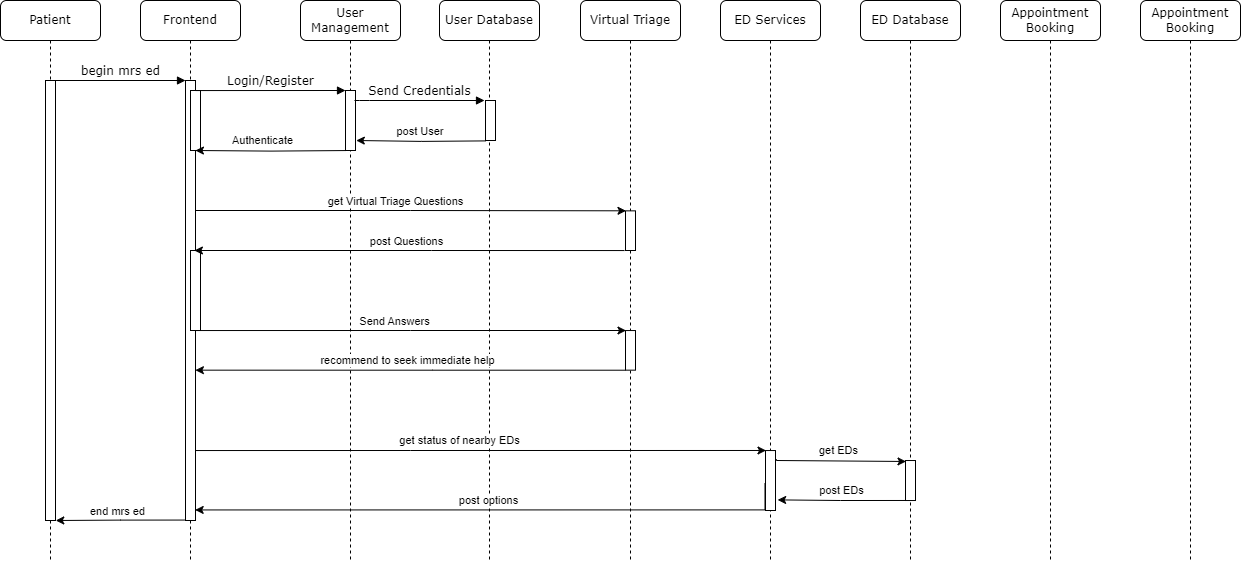
uvic-teach/project-m1-team6 keeps this draw.io diagram as diagrams/UC6_Sequence_Diagram.drawio.png. Above is the earlier version. Source tidied: cells renumbered, new cells last; positions are measured from the earlier drawing's top-left corner, leaving out a move shared by most shapes.
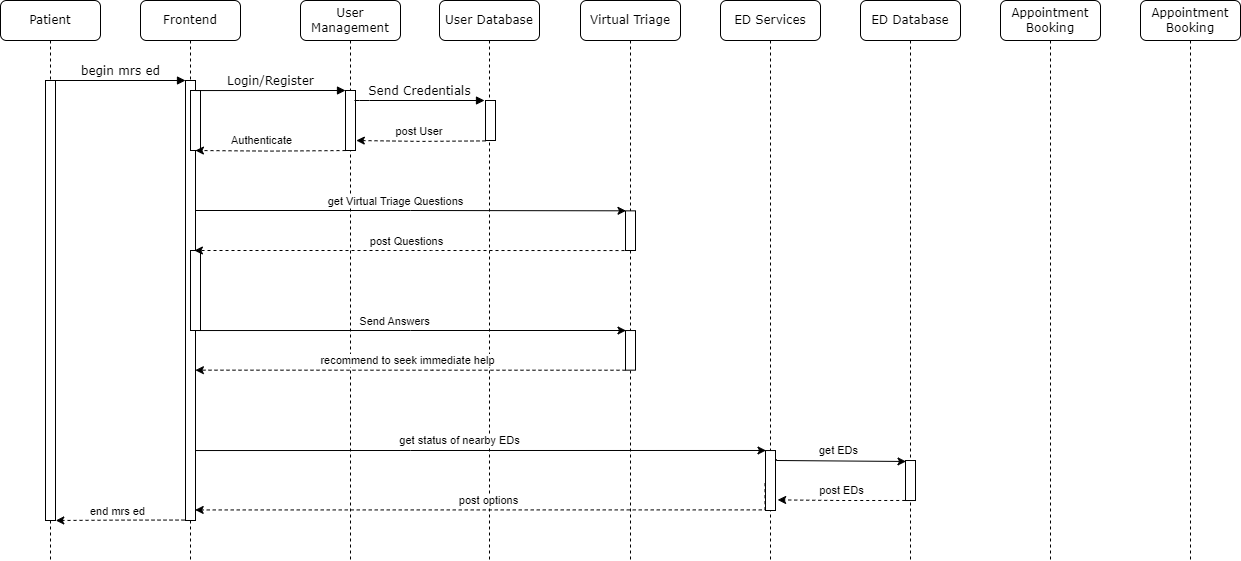
Later version of the same file.

What changed in the source:
```diff
@@ -32,7 +32,7 @@
         </Array>
       </mxGeometry>
     </mxCell>
-    <mxCell id="10" style="edgeStyle=orthogonalEdgeStyle;rounded=0;orthogonalLoop=1;jettySize=auto;html=1;entryX=0.549;entryY=0.315;entryDx=0;entryDy=0;entryPerimeter=0;" parent="8" edge="1">
+    <mxCell id="10" style="edgeStyle=orthogonalEdgeStyle;rounded=0;orthogonalLoop=1;jettySize=auto;html=1;entryX=0.549;entryY=0.315;entryDx=0;entryDy=0;entryPerimeter=0;dashed=1;" parent="8" edge="1">
       <mxGeometry relative="1" as="geometry">
         <mxPoint x="185" y="250" as="sourcePoint" />
         <mxPoint x="-245.1" y="250" as="targetPoint" />
@@ -111,7 +111,7 @@
         <mxPoint y="-9" as="offset" />
       </mxGeometry>
     </mxCell>
-    <mxCell id="28" style="edgeStyle=orthogonalEdgeStyle;rounded=0;orthogonalLoop=1;jettySize=auto;html=1;entryX=1.08;entryY=0.548;entryDx=0;entryDy=0;entryPerimeter=0;" parent="1" edge="1">
+    <mxCell id="28" style="edgeStyle=orthogonalEdgeStyle;rounded=0;orthogonalLoop=1;jettySize=auto;html=1;entryX=1.08;entryY=0.548;entryDx=0;entryDy=0;entryPerimeter=0;dashed=1;" parent="1" edge="1">
       <mxGeometry relative="1" as="geometry">
         <mxPoint x="485" y="140.4" as="sourcePoint" />
         <mxPoint x="355.8" y="140" as="targetPoint" />
@@ -122,7 +122,7 @@
         <mxPoint x="7" y="-9" as="offset" />
       </mxGeometry>
     </mxCell>
-    <mxCell id="30" style="edgeStyle=orthogonalEdgeStyle;rounded=0;orthogonalLoop=1;jettySize=auto;html=1;entryX=0.993;entryY=0.109;entryDx=0;entryDy=0;entryPerimeter=0;" parent="1" edge="1">
+    <mxCell id="30" style="edgeStyle=orthogonalEdgeStyle;rounded=0;orthogonalLoop=1;jettySize=auto;html=1;entryX=0.993;entryY=0.109;entryDx=0;entryDy=0;entryPerimeter=0;dashed=1;" parent="1" edge="1">
       <mxGeometry relative="1" as="geometry">
         <mxPoint x="345" y="150.1" as="sourcePoint" />
         <mxPoint x="194.9" y="150" as="targetPoint" />
@@ -133,7 +133,7 @@
         <mxPoint y="-10" as="offset" />
       </mxGeometry>
     </mxCell>
-    <mxCell id="32" style="edgeStyle=orthogonalEdgeStyle;rounded=0;orthogonalLoop=1;jettySize=auto;html=1;entryX=0.549;entryY=0.315;entryDx=0;entryDy=0;entryPerimeter=0;" parent="1" edge="1">
+    <mxCell id="32" style="edgeStyle=orthogonalEdgeStyle;rounded=0;orthogonalLoop=1;jettySize=auto;html=1;entryX=0.549;entryY=0.315;entryDx=0;entryDy=0;entryPerimeter=0;dashed=1;" parent="1" edge="1">
       <mxGeometry relative="1" as="geometry">
         <mxPoint x="625" y="369.7" as="sourcePoint" />
         <mxPoint x="194.9" y="369.7" as="targetPoint" />
@@ -176,7 +176,7 @@
         <mxPoint y="-12" as="offset" />
       </mxGeometry>
     </mxCell>
-    <mxCell id="39" style="edgeStyle=orthogonalEdgeStyle;rounded=0;jettySize=auto;html=1;exitX=-0.026;exitY=0.999;exitDx=0;exitDy=0;exitPerimeter=0;entryX=1.214;entryY=0.823;entryDx=0;entryDy=0;entryPerimeter=0;" parent="1" edge="1" source="18" target="16">
+    <mxCell id="39" style="edgeStyle=orthogonalEdgeStyle;rounded=0;jettySize=auto;html=1;exitX=-0.026;exitY=0.999;exitDx=0;exitDy=0;exitPerimeter=0;entryX=1.214;entryY=0.823;entryDx=0;entryDy=0;entryPerimeter=0;dashed=1;" parent="1" edge="1" source="18" target="16">
       <mxGeometry relative="1" as="geometry">
         <Array as="points">
           <mxPoint x="840" y="500" />
@@ -188,7 +188,7 @@
         <mxPoint x="5" y="-6" as="offset" />
       </mxGeometry>
     </mxCell>
-    <mxCell id="41" style="edgeStyle=orthogonalEdgeStyle;rounded=0;jettySize=auto;html=1;exitX=-0.05;exitY=0.544;exitDx=0;exitDy=0;exitPerimeter=0;entryX=0.967;entryY=0.976;entryDx=0;entryDy=0;entryPerimeter=0;" parent="1" edge="1" source="16" target="3">
+    <mxCell id="41" style="edgeStyle=orthogonalEdgeStyle;rounded=0;jettySize=auto;html=1;exitX=-0.05;exitY=0.544;exitDx=0;exitDy=0;exitPerimeter=0;entryX=0.967;entryY=0.976;entryDx=0;entryDy=0;entryPerimeter=0;dashed=1;" parent="1" edge="1" source="16" target="3">
       <mxGeometry relative="1" as="geometry">
         <Array as="points">
           <mxPoint x="765" y="509" />
@@ -200,7 +200,7 @@
         <mxPoint y="-10" as="offset" />
       </mxGeometry>
     </mxCell>
-    <mxCell id="43" style="edgeStyle=orthogonalEdgeStyle;rounded=0;jettySize=auto;html=1;exitX=-0.098;exitY=0.999;exitDx=0;exitDy=0;exitPerimeter=0;entryX=1.026;entryY=1;entryDx=0;entryDy=0;entryPerimeter=0;" parent="1" edge="1" source="3" target="20">
+    <mxCell id="43" style="edgeStyle=orthogonalEdgeStyle;rounded=0;jettySize=auto;html=1;exitX=-0.098;exitY=0.999;exitDx=0;exitDy=0;exitPerimeter=0;entryX=1.026;entryY=1;entryDx=0;entryDy=0;entryPerimeter=0;dashed=1;" parent="1" edge="1" source="3" target="20">
       <mxGeometry relative="1" as="geometry">
         <Array as="points">
           <mxPoint x="120" y="520" />
```
